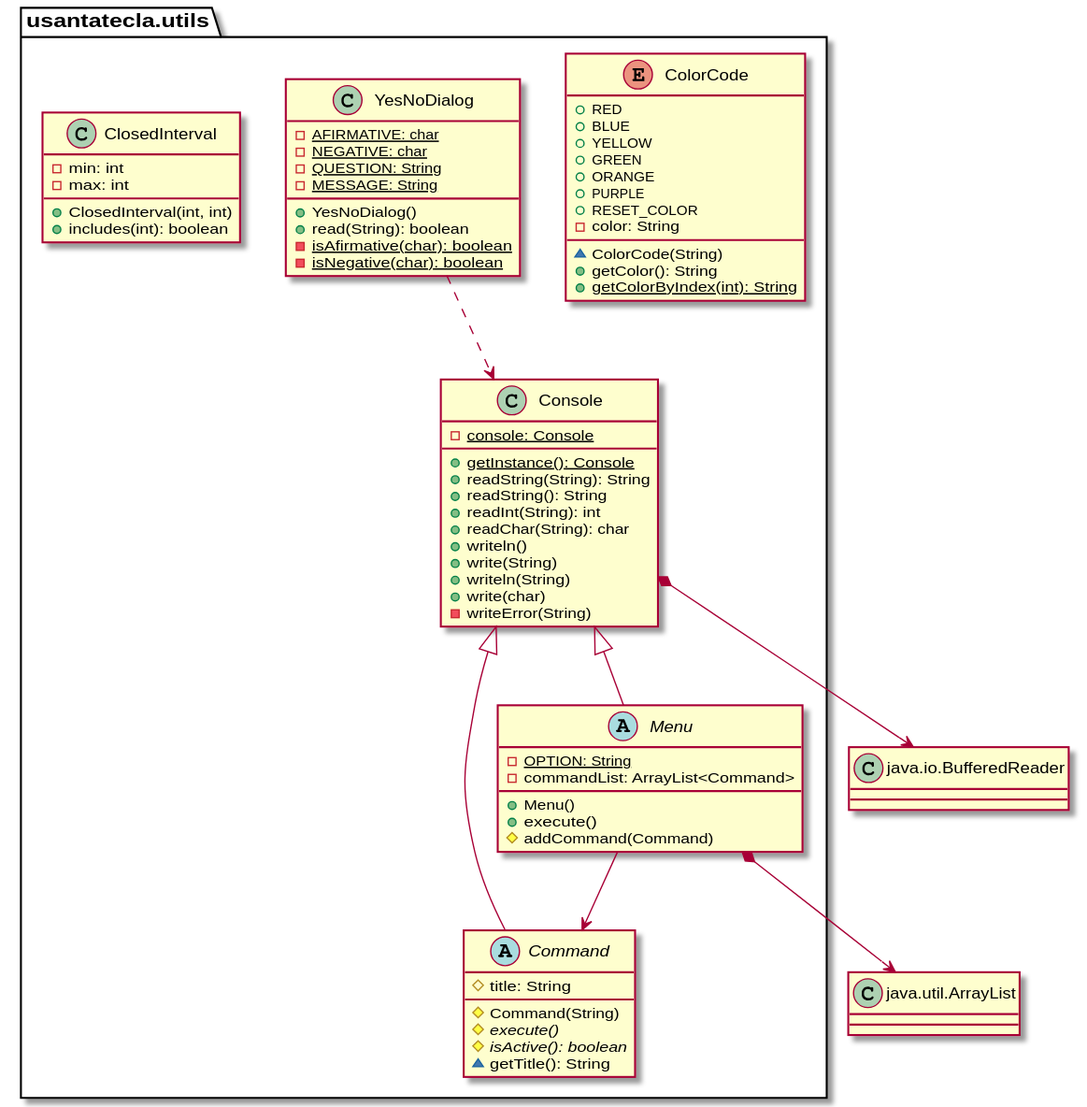
Before: modelViewPresenter/presentationModel/withComposite/docs/diagrams/out/paquetes/usantatecla.utils.svg, a diagram exported from PlantUML (SantaTecla-mastermind/solution.java.swing.socket.sql).
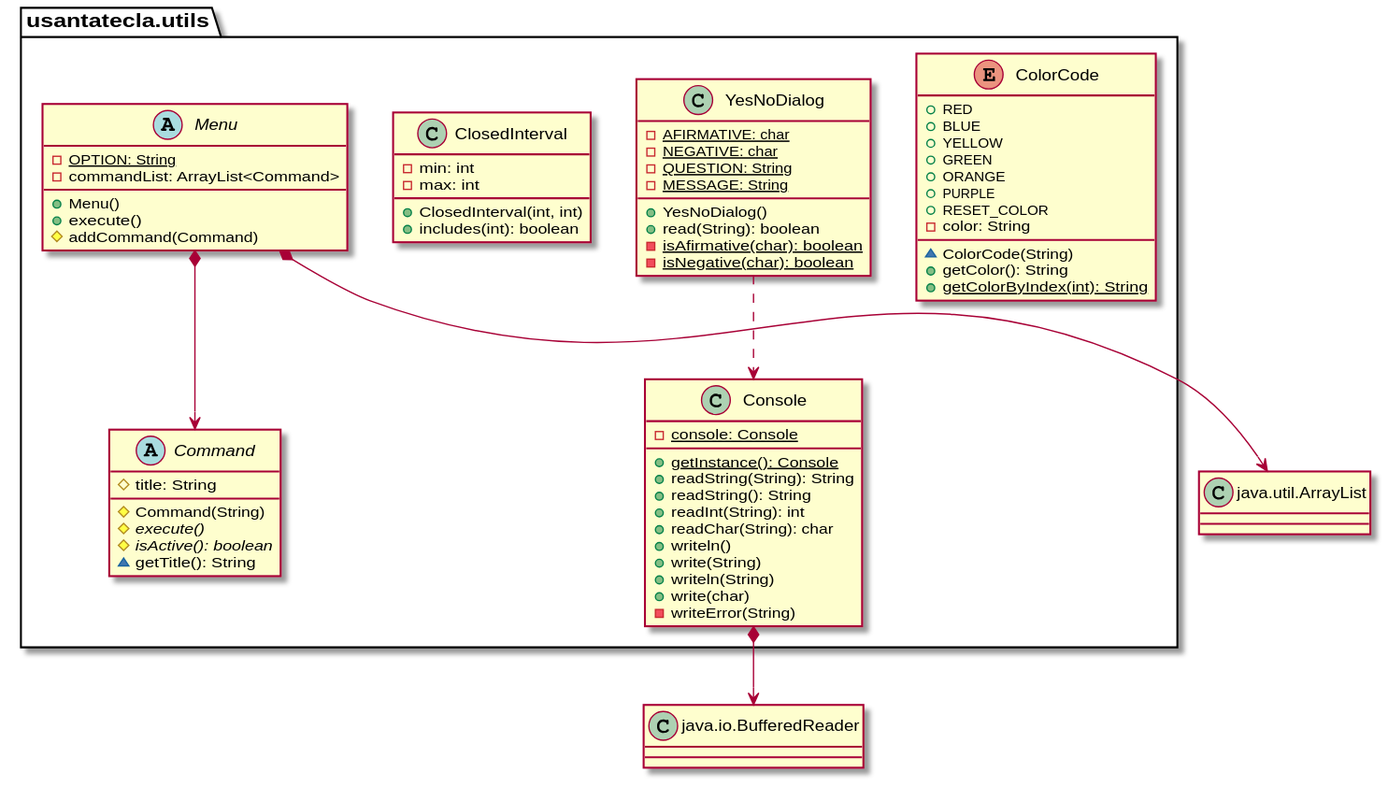
Later version of the same file.

Change to the diagram source:
```diff
@@ -1,71 +1,70 @@
 @startuml
 class BufferedReader as "java.io.BufferedReader"{}
 class ArrayList as "java.util.ArrayList"{}
+
 enum usantatecla.utils.ColorCode{
-+ RED
-+ BLUE
-+ YELLOW
-+ GREEN
-+ ORANGE
-+ PURPLE
-+ RESET_COLOR
-- color: String
-~ ColorCode(String)
-+ getColor(): String
-+ {static} getColorByIndex(int): String
+    + RED
+    + BLUE
+    + YELLOW
+    + GREEN
+    + ORANGE
+    + PURPLE
+    + RESET_COLOR
+    - color: String
+    ~ ColorCode(String)
+    + getColor(): String
+    + {static} getColorByIndex(int): String
 }
 
 class usantatecla.utils.Console{
-- {static} console: Console
-+ {static} getInstance(): Console
-+ readString(String): String
-+ readString(): String
-+ readInt(String): int
-+ readChar(String): char
-+ writeln()
-+ write(String)
-+ writeln(String)
-+ write(char)
-- writeError(String)
+    - {static} console: Console
+    + {static} getInstance(): Console
+    + readString(String): String
+    + readString(): String
+    + readInt(String): int
+    + readChar(String): char
+    + writeln()
+    + write(String)
+    + writeln(String)
+    + write(char)
+    - writeError(String)
 }
 usantatecla.utils.Console *-down-> BufferedReader
 
 class  usantatecla.utils.YesNoDialog{
-- {static} AFIRMATIVE: char
-- {static} NEGATIVE: char
-- {static} QUESTION: String
-- {static} MESSAGE: String
-+ YesNoDialog()
-+ read(String): boolean
-- {static} isAfirmative(char): boolean
-- {static} isNegative(char): boolean
+    - {static} AFIRMATIVE: char
+    - {static} NEGATIVE: char
+    - {static} QUESTION: String
+    - {static} MESSAGE: String
+    + YesNoDialog()
+    + read(String): boolean
+    - {static} isAfirmative(char): boolean
+    - {static} isNegative(char): boolean
 }
 usantatecla.utils.YesNoDialog ..> usantatecla.utils.Console
 
 class  usantatecla.utils.ClosedInterval{
-- min: int
-- max: int
-+ ClosedInterval(int, int)
-+ includes(int): boolean
+    - min: int
+    - max: int
+    + ClosedInterval(int, int)
+    + includes(int): boolean
 }
 
 abstract  usantatecla.utils.Command{
-# title: String
-# Command(String)
-# {abstract} execute()
-# {abstract} isActive(): boolean
-~ getTitle(): String
+    # title: String
+    # Command(String)
+    # {abstract} execute()
+    # {abstract} isActive(): boolean
+    ~ getTitle(): String
 }
-usantatecla.utils.Console <|-down- usantatecla.utils.Command
 
 abstract  usantatecla.utils.Menu{
-- {static} OPTION: String
-- commandList: ArrayList<Command>
-+ Menu()
-+ execute()
-# addCommand(Command)
+    - {static} OPTION: String
+    - commandList: ArrayList<Command>
+    + Menu()
+    + execute()
+    # addCommand(Command)
 }
-usantatecla.utils.Console <|-down- usantatecla.utils.Menu
 usantatecla.utils.Menu *-down-> ArrayList
-usantatecla.utils.Menu --> usantatecla.utils.Command
+usantatecla.utils.Menu *-down-> usantatecla.utils.Command
 @enduml
```
